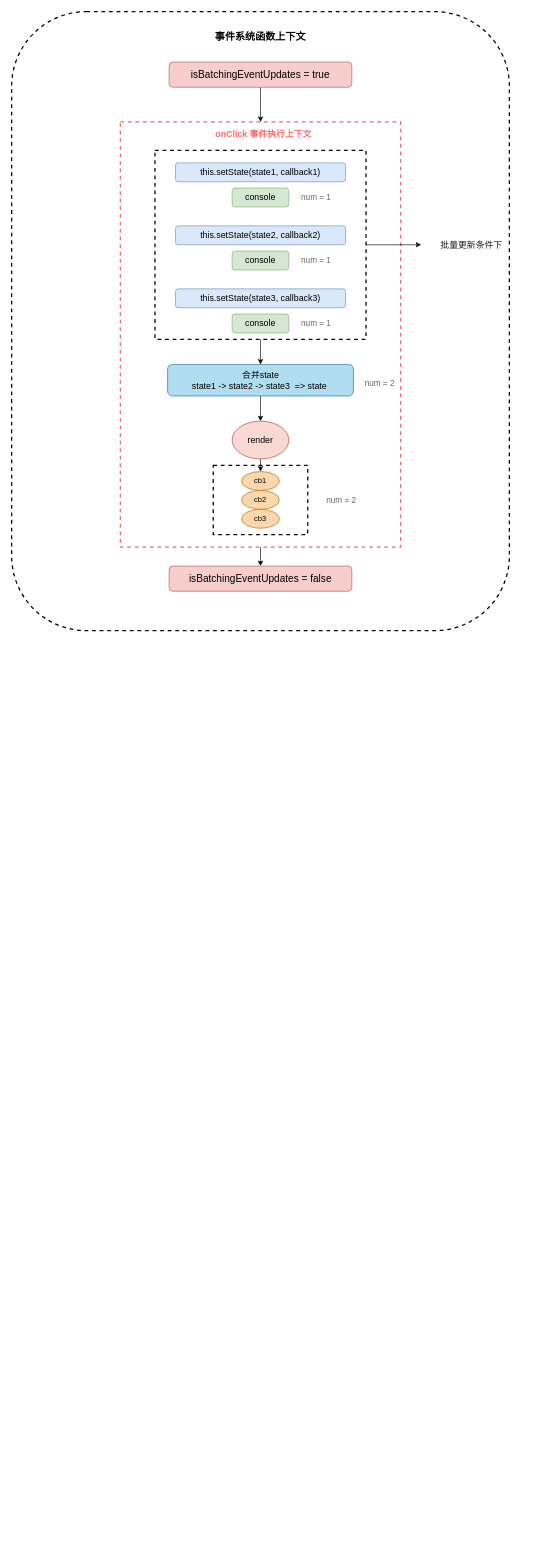
Before: batchUpdates.drawio in miracles1919/draw.io, a draw.io diagram. Source tidied: cells renumbered, new cells numbered last; positions are measured from the earlier drawing's top-left corner, leaving out a move shared by most shapes. Both pictures are drawn from the tidied source at 63%, with x=0, y=0 at pixel (11, 11).
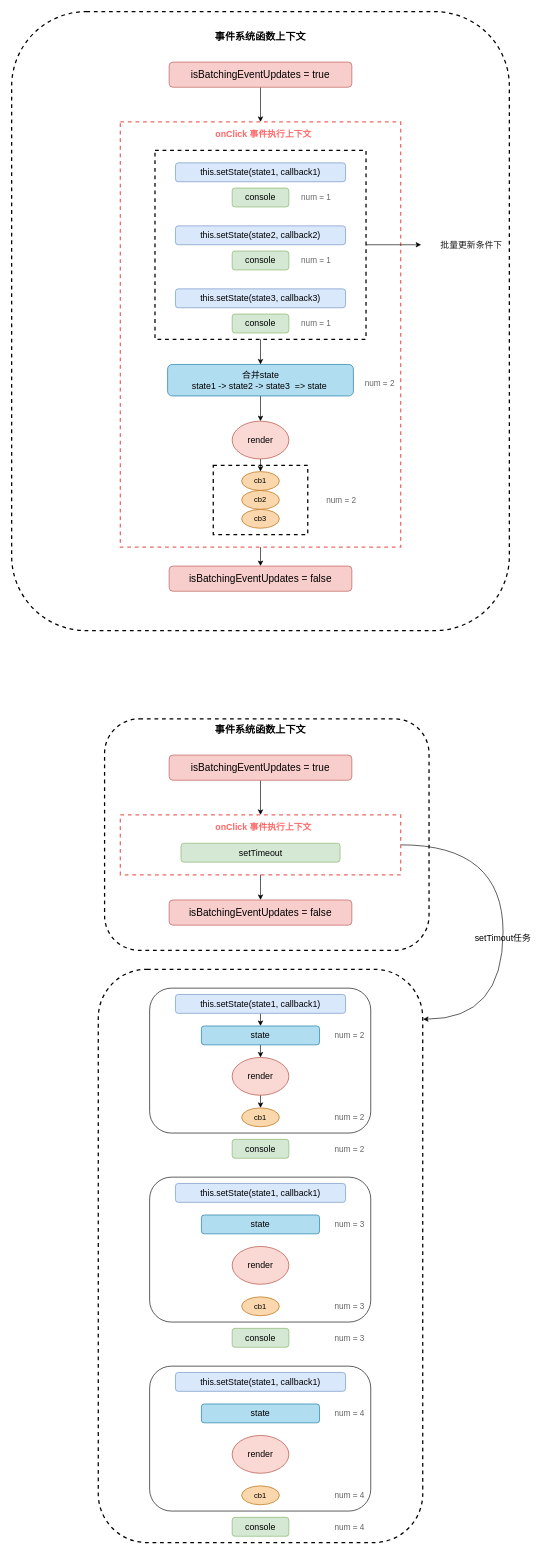
Above is the later version.

Change to the diagram source:
```diff
@@
+    <mxCell id="33" style="rounded=1;whiteSpace=wrap;html=1;dashed=1;fontSize=13;strokeWidth=2;fillColor=none;" parent="1" vertex="1">
+      <mxGeometry x="147.5" y="1122.5" width="515" height="367.5" as="geometry" />
+    </mxCell>
+    <mxCell id="34" style="rounded=1;whiteSpace=wrap;html=1;dashed=1;fontSize=13;strokeWidth=2;fillColor=none;" parent="1" vertex="1">
+      <mxGeometry x="137.5" y="1520" width="515" height="910" as="geometry" />
+    </mxCell>
+    <mxCell id="35" style="rounded=1;whiteSpace=wrap;html=1;fillColor=none;" parent="1" vertex="1">
+      <mxGeometry x="219" y="1550" width="351" height="230" as="geometry" />
+    </mxCell>
+    <mxCell id="30" style="rounded=0;whiteSpace=wrap;html=1;dashed=1;fontSize=13;strokeWidth=2;fillColor=none;" parent="1" vertex="1">
+      <mxGeometry x="320" y="720" width="150" height="110" as="geometry" />
+    </mxCell>
+    <mxCell id="36" style="edgeStyle=orthogonalEdgeStyle;rounded=0;jettySize=auto;html=1;exitX=1;exitY=0.5;exitDx=0;exitDy=0;entryX=1.001;entryY=0.087;entryDx=0;entryDy=0;entryPerimeter=0;curved=1;" parent="1" edge="1" source="37" target="34">
+      <mxGeometry relative="1" as="geometry">
+        <Array as="points">
+          <mxPoint x="780" y="1323" />
+          <mxPoint x="780" y="1599" />
+        </Array>
+      </mxGeometry>
+    </mxCell>
+    <mxCell id="37" style="rounded=0;whiteSpace=wrap;html=1;dashed=1;fillColor=none;strokeColor=#EA6B66;perimeterSpacing=0;strokeWidth=2;" parent="1" vertex="1">
+      <mxGeometry x="172.5" y="1275" width="445" height="95" as="geometry" />
+    </mxCell>
@@
-    <mxCell id="30" style="rounded=0;whiteSpace=wrap;html=1;dashed=1;fontSize=13;strokeWidth=2;fillColor=none;" parent="1" vertex="1">
-      <mxGeometry x="320" y="720" width="150" height="110" as="geometry" />
-    </mxCell>
@@
+    <mxCell id="38" style="edgeStyle=orthogonalEdgeStyle;rounded=0;jettySize=auto;html=1;exitX=0.5;exitY=1;exitDx=0;exitDy=0;entryX=0.5;entryY=0;entryDx=0;entryDy=0;fontSize=13;fontColor=#666666;" parent="1" edge="1" source="37" target="41">
+      <mxGeometry relative="1" as="geometry" />
+    </mxCell>
+    <mxCell id="39" style="edgeStyle=orthogonalEdgeStyle;rounded=0;jettySize=auto;html=1;exitX=0.5;exitY=1;exitDx=0;exitDy=0;entryX=0.5;entryY=0;entryDx=0;entryDy=0;" parent="1" edge="1" source="40" target="37">
+      <mxGeometry relative="1" as="geometry" />
+    </mxCell>
+    <mxCell id="40" value="&lt;font style=&quot;font-size: 16px&quot;&gt;isBatchingEventUpdates = true&lt;/font&gt;" style="rounded=1;whiteSpace=wrap;html=1;fillColor=#f8cecc;strokeColor=#b85450;" parent="1" vertex="1">
+      <mxGeometry x="250" y="1180" width="290" height="40" as="geometry" />
+    </mxCell>
+    <mxCell id="41" value="&lt;font style=&quot;font-size: 16px&quot;&gt;isBatchingEventUpdates = false&lt;/font&gt;" style="rounded=1;whiteSpace=wrap;html=1;fillColor=#f8cecc;strokeColor=#b85450;" parent="1" vertex="1">
+      <mxGeometry x="250" y="1410" width="290" height="40" as="geometry" />
+    </mxCell>
+    <mxCell id="42" value="&lt;b&gt;onClick 事件执行上下文&lt;/b&gt;" style="text;html=1;strokeColor=none;fillColor=none;align=center;verticalAlign=middle;whiteSpace=wrap;rounded=0;dashed=1;fontSize=14;fontColor=#FF6666;" parent="1" vertex="1">
+      <mxGeometry x="310" y="1270" width="180" height="50" as="geometry" />
+    </mxCell>
+    <mxCell id="43" value="&lt;font style=&quot;font-size: 16px;&quot; color=&quot;#000000&quot;&gt;事件系统函数上下文&lt;/font&gt;" style="text;html=1;strokeColor=none;fillColor=none;align=center;verticalAlign=middle;whiteSpace=wrap;rounded=0;dashed=1;fontSize=16;fontColor=#666666;fontStyle=1;" parent="1" vertex="1">
+      <mxGeometry x="315" y="1120" width="160" height="40" as="geometry" />
+    </mxCell>
+    <mxCell id="44" value="&lt;font style=&quot;font-size: 14px&quot;&gt;setTimeout&lt;/font&gt;" style="rounded=1;whiteSpace=wrap;html=1;fillColor=#d5e8d4;strokeColor=#82b366;" parent="1" vertex="1">
+      <mxGeometry x="268.8" y="1320" width="252.5" height="30" as="geometry" />
+    </mxCell>
+    <mxCell id="45" style="edgeStyle=orthogonalEdgeStyle;rounded=0;jettySize=auto;html=1;exitX=0.5;exitY=1;exitDx=0;exitDy=0;entryX=0.5;entryY=0;entryDx=0;entryDy=0;" parent="1" edge="1" source="46" target="50">
+      <mxGeometry relative="1" as="geometry" />
+    </mxCell>
+    <mxCell id="46" value="&lt;font style=&quot;font-size: 14px&quot;&gt;this.setState(state1, callback1)&lt;/font&gt;" style="rounded=1;whiteSpace=wrap;html=1;fillColor=#dae8fc;strokeColor=#6c8ebf;" parent="1" vertex="1">
+      <mxGeometry x="260" y="1560" width="270" height="30" as="geometry" />
+    </mxCell>
+    <mxCell id="47" style="edgeStyle=orthogonalEdgeStyle;rounded=0;jettySize=auto;html=1;exitX=0.5;exitY=1;exitDx=0;exitDy=0;entryX=0.5;entryY=0;entryDx=0;entryDy=0;" parent="1" edge="1" source="48" target="51">
+      <mxGeometry relative="1" as="geometry" />
+    </mxCell>
+    <mxCell id="48" value="&lt;font style=&quot;font-size: 14px&quot;&gt;render&lt;/font&gt;" style="ellipse;whiteSpace=wrap;html=1;fillColor=#fad9d5;strokeColor=#ae4132;" parent="1" vertex="1">
+      <mxGeometry x="350" y="1660" width="90" height="60" as="geometry" />
+    </mxCell>
+    <mxCell id="49" style="edgeStyle=orthogonalEdgeStyle;rounded=0;jettySize=auto;html=1;exitX=0.5;exitY=1;exitDx=0;exitDy=0;entryX=0.5;entryY=0;entryDx=0;entryDy=0;" parent="1" edge="1" source="50" target="48">
+      <mxGeometry relative="1" as="geometry" />
+    </mxCell>
+    <mxCell id="50" value="&lt;font style=&quot;font-size: 14px&quot;&gt;&amp;nbsp;state&amp;nbsp;&lt;/font&gt;" style="rounded=1;whiteSpace=wrap;html=1;fillColor=#b1ddf0;strokeColor=#10739e;" parent="1" vertex="1">
+      <mxGeometry x="301.2" y="1610" width="187.5" height="30" as="geometry" />
+    </mxCell>
+    <mxCell id="51" value="cb1" style="ellipse;whiteSpace=wrap;html=1;fillColor=#fad7ac;strokeColor=#b46504;" parent="1" vertex="1">
+      <mxGeometry x="365" y="1740" width="60" height="30" as="geometry" />
+    </mxCell>
+    <mxCell id="52" value="&lt;font style=&quot;font-size: 14px&quot;&gt;console&lt;/font&gt;" style="rounded=1;whiteSpace=wrap;html=1;fillColor=#d5e8d4;strokeColor=#82b366;" parent="1" vertex="1">
+      <mxGeometry x="350" y="1790" width="90" height="30" as="geometry" />
+    </mxCell>
+    <mxCell id="53" value="num = 2" style="text;html=1;strokeColor=none;fillColor=none;align=center;verticalAlign=middle;whiteSpace=wrap;rounded=0;dashed=1;fontSize=13;fontColor=#666666;" parent="1" vertex="1">
+      <mxGeometry x="503" y="1615" width="67" height="20" as="geometry" />
+    </mxCell>
+    <mxCell id="54" value="num = 2" style="text;html=1;strokeColor=none;fillColor=none;align=center;verticalAlign=middle;whiteSpace=wrap;rounded=0;dashed=1;fontSize=13;fontColor=#666666;" parent="1" vertex="1">
+      <mxGeometry x="503" y="1745" width="67" height="20" as="geometry" />
+    </mxCell>
+    <mxCell id="55" value="num = 2" style="text;html=1;strokeColor=none;fillColor=none;align=center;verticalAlign=middle;whiteSpace=wrap;rounded=0;dashed=1;fontSize=13;fontColor=#666666;" parent="1" vertex="1">
+      <mxGeometry x="503" y="1795" width="67" height="20" as="geometry" />
+    </mxCell>
+    <mxCell id="56" style="rounded=1;whiteSpace=wrap;html=1;fillColor=none;" parent="1" vertex="1">
+      <mxGeometry x="219" y="1850" width="351" height="230" as="geometry" />
+    </mxCell>
+    <mxCell id="57" value="&lt;font style=&quot;font-size: 14px&quot;&gt;this.setState(state1, callback1)&lt;/font&gt;" style="rounded=1;whiteSpace=wrap;html=1;fillColor=#dae8fc;strokeColor=#6c8ebf;" parent="1" vertex="1">
+      <mxGeometry x="260" y="1860" width="270" height="30" as="geometry" />
+    </mxCell>
+    <mxCell id="58" value="&lt;font style=&quot;font-size: 14px&quot;&gt;render&lt;/font&gt;" style="ellipse;whiteSpace=wrap;html=1;fillColor=#fad9d5;strokeColor=#ae4132;" parent="1" vertex="1">
+      <mxGeometry x="350" y="1960" width="90" height="60" as="geometry" />
+    </mxCell>
+    <mxCell id="59" value="&lt;font style=&quot;font-size: 14px&quot;&gt;&amp;nbsp;state&amp;nbsp;&lt;/font&gt;" style="rounded=1;whiteSpace=wrap;html=1;fillColor=#b1ddf0;strokeColor=#10739e;" parent="1" vertex="1">
+      <mxGeometry x="301.2" y="1910" width="187.5" height="30" as="geometry" />
+    </mxCell>
+    <mxCell id="60" value="cb1" style="ellipse;whiteSpace=wrap;html=1;fillColor=#fad7ac;strokeColor=#b46504;" parent="1" vertex="1">
+      <mxGeometry x="365" y="2040" width="60" height="30" as="geometry" />
+    </mxCell>
+    <mxCell id="61" value="&lt;font style=&quot;font-size: 14px&quot;&gt;console&lt;/font&gt;" style="rounded=1;whiteSpace=wrap;html=1;fillColor=#d5e8d4;strokeColor=#82b366;" parent="1" vertex="1">
+      <mxGeometry x="350" y="2090" width="90" height="30" as="geometry" />
+    </mxCell>
+    <mxCell id="62" value="num = 3" style="text;html=1;strokeColor=none;fillColor=none;align=center;verticalAlign=middle;whiteSpace=wrap;rounded=0;dashed=1;fontSize=13;fontColor=#666666;" parent="1" vertex="1">
+      <mxGeometry x="503" y="1915" width="67" height="20" as="geometry" />
+    </mxCell>
+    <mxCell id="63" value="num = 3" style="text;html=1;strokeColor=none;fillColor=none;align=center;verticalAlign=middle;whiteSpace=wrap;rounded=0;dashed=1;fontSize=13;fontColor=#666666;" parent="1" vertex="1">
+      <mxGeometry x="503" y="2045" width="67" height="20" as="geometry" />
+    </mxCell>
+    <mxCell id="64" value="num = 3" style="text;html=1;strokeColor=none;fillColor=none;align=center;verticalAlign=middle;whiteSpace=wrap;rounded=0;dashed=1;fontSize=13;fontColor=#666666;" parent="1" vertex="1">
+      <mxGeometry x="503" y="2095" width="67" height="20" as="geometry" />
+    </mxCell>
+    <mxCell id="65" style="rounded=1;whiteSpace=wrap;html=1;fillColor=none;" parent="1" vertex="1">
+      <mxGeometry x="219" y="2150" width="351" height="230" as="geometry" />
+    </mxCell>
+    <mxCell id="66" value="&lt;font style=&quot;font-size: 14px&quot;&gt;this.setState(state1, callback1)&lt;/font&gt;" style="rounded=1;whiteSpace=wrap;html=1;fillColor=#dae8fc;strokeColor=#6c8ebf;" parent="1" vertex="1">
+      <mxGeometry x="260" y="2160" width="270" height="30" as="geometry" />
+    </mxCell>
+    <mxCell id="67" value="&lt;font style=&quot;font-size: 14px&quot;&gt;render&lt;/font&gt;" style="ellipse;whiteSpace=wrap;html=1;fillColor=#fad9d5;strokeColor=#ae4132;" parent="1" vertex="1">
+      <mxGeometry x="350" y="2260" width="90" height="60" as="geometry" />
+    </mxCell>
+    <mxCell id="68" value="&lt;font style=&quot;font-size: 14px&quot;&gt;&amp;nbsp;state&amp;nbsp;&lt;/font&gt;" style="rounded=1;whiteSpace=wrap;html=1;fillColor=#b1ddf0;strokeColor=#10739e;" parent="1" vertex="1">
+      <mxGeometry x="301.2" y="2210" width="187.5" height="30" as="geometry" />
+    </mxCell>
+    <mxCell id="69" value="cb1" style="ellipse;whiteSpace=wrap;html=1;fillColor=#fad7ac;strokeColor=#b46504;" parent="1" vertex="1">
+      <mxGeometry x="365" y="2340" width="60" height="30" as="geometry" />
+    </mxCell>
+    <mxCell id="70" value="&lt;font style=&quot;font-size: 14px&quot;&gt;console&lt;/font&gt;" style="rounded=1;whiteSpace=wrap;html=1;fillColor=#d5e8d4;strokeColor=#82b366;" parent="1" vertex="1">
+      <mxGeometry x="350" y="2390" width="90" height="30" as="geometry" />
+    </mxCell>
+    <mxCell id="71" value="num = 4" style="text;html=1;strokeColor=none;fillColor=none;align=center;verticalAlign=middle;whiteSpace=wrap;rounded=0;dashed=1;fontSize=13;fontColor=#666666;" parent="1" vertex="1">
+      <mxGeometry x="503" y="2215" width="67" height="20" as="geometry" />
+    </mxCell>
+    <mxCell id="72" value="num = 4" style="text;html=1;strokeColor=none;fillColor=none;align=center;verticalAlign=middle;whiteSpace=wrap;rounded=0;dashed=1;fontSize=13;fontColor=#666666;" parent="1" vertex="1">
+      <mxGeometry x="503" y="2345" width="67" height="20" as="geometry" />
+    </mxCell>
+    <mxCell id="73" value="num = 4" style="text;html=1;strokeColor=none;fillColor=none;align=center;verticalAlign=middle;whiteSpace=wrap;rounded=0;dashed=1;fontSize=13;fontColor=#666666;" parent="1" vertex="1">
+      <mxGeometry x="503" y="2395" width="67" height="20" as="geometry" />
+    </mxCell>
+    <mxCell id="74" value="setTimout任务" style="text;html=1;strokeColor=none;fillColor=none;align=center;verticalAlign=middle;whiteSpace=wrap;rounded=0;fontSize=14;" parent="1" vertex="1">
+      <mxGeometry x="730" y="1460" width="100" height="20" as="geometry" />
+    </mxCell>
```
